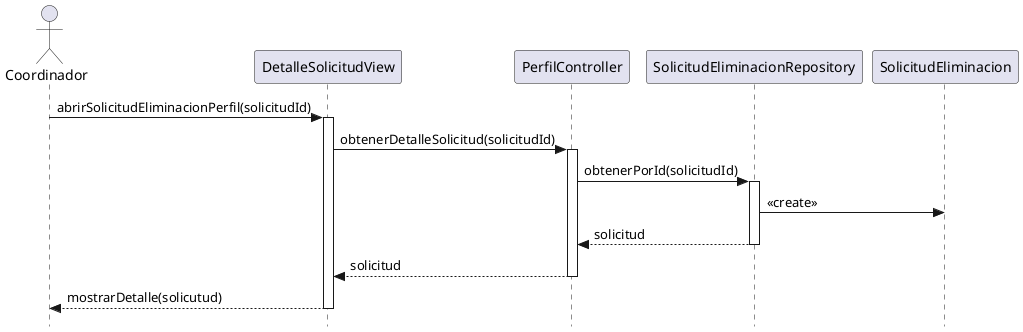
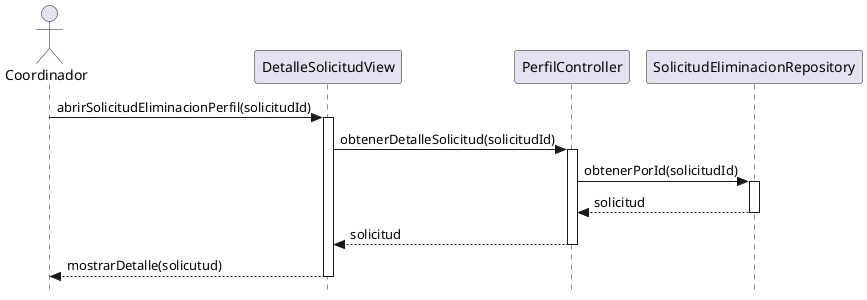
@startuml abrirSolicitudEliminacionPerfil-diseño
skinparam style strictuml
skinparam backgroundColor white
skinparam shadowing false

actor Coordinador
participant "DetalleSolicitudView" as View
participant "PerfilController" as Controller
participant "SolicitudEliminacionRepository" as Repo
- participant "SolicitudEliminacion" as Model

Coordinador -> View: abrirSolicitudEliminacionPerfil(solicitudId)
activate View
View -> Controller: obtenerDetalleSolicitud(solicitudId)
activate Controller
Controller -> Repo: obtenerPorId(solicitudId)
activate Repo
- Repo -> Model: <<create>>
Repo --> Controller: solicitud
deactivate Repo
Controller --> View: solicitud
deactivate Controller
View --> Coordinador: mostrarDetalle(solicutud)
deactivate View
@enduml
